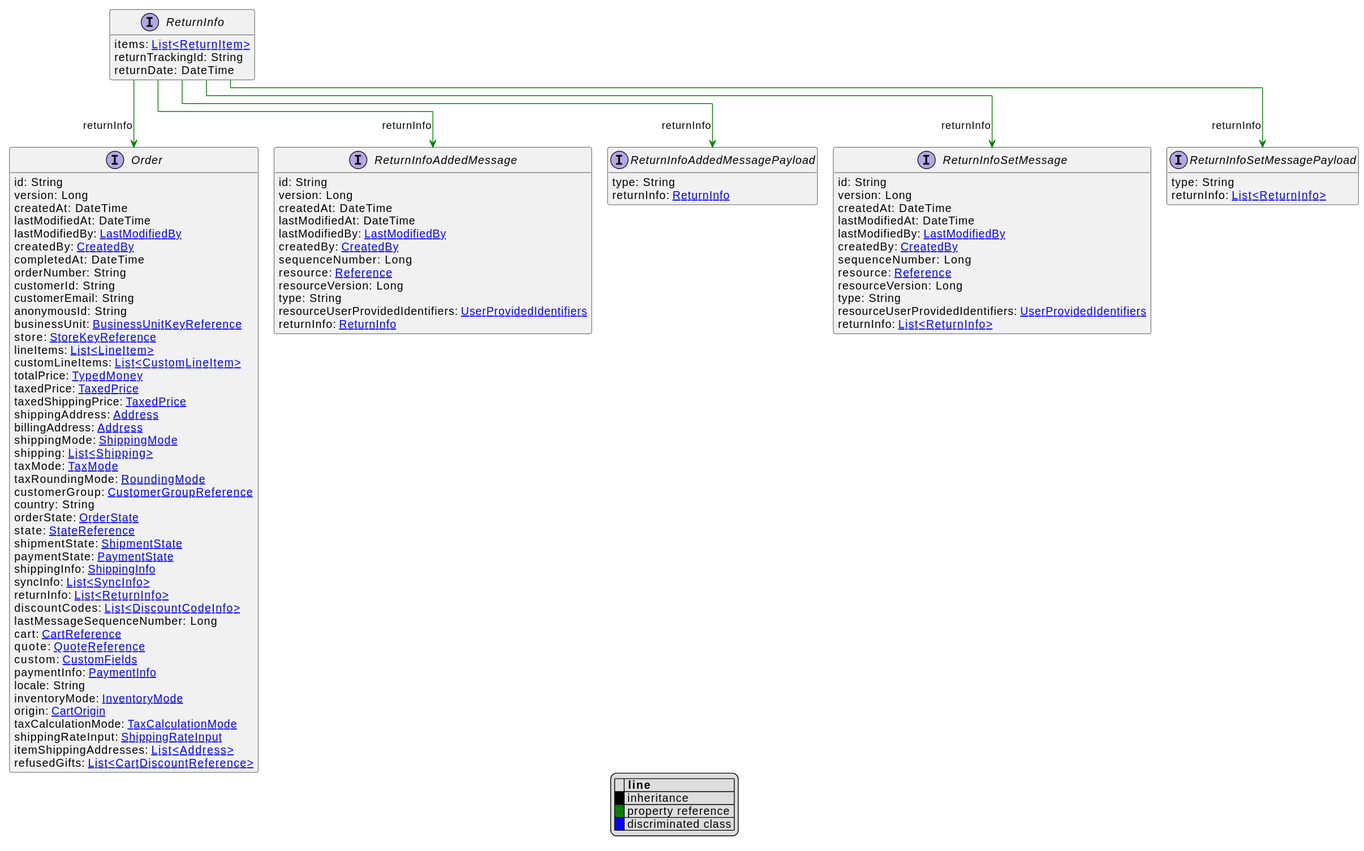
The PlantUML diagram uml/api/svg/ReturnInfo.svg in commercetools/commercetools-api-reference, before a commit. Its diagram source:
```plantuml
@startuml
!pragma layout elk
hide empty fields
hide empty methods
legend
|= |= line |
|<back:black>   </back>| inheritance |
|<back:green>   </back>| property reference |
|<back:blue>   </back>| discriminated class |
endlegend
interface ReturnInfo [[ReturnInfo.svg]]  {
    items: [[ReturnItem.svg List<ReturnItem>]]
    returnTrackingId: String
    returnDate: DateTime
}



interface ReturnInfoSetMessage [[ReturnInfoSetMessage.svg]]  {
    id: String
    version: Long
    createdAt: DateTime
    lastModifiedAt: DateTime
    lastModifiedBy: [[LastModifiedBy.svg LastModifiedBy]]
    createdBy: [[CreatedBy.svg CreatedBy]]
    sequenceNumber: Long
    resource: [[Reference.svg Reference]]
    resourceVersion: Long
    type: String
    resourceUserProvidedIdentifiers: [[UserProvidedIdentifiers.svg UserProvidedIdentifiers]]
    returnInfo: [[ReturnInfo.svg List<ReturnInfo>]]
}
interface ReturnInfoSetMessagePayload [[ReturnInfoSetMessagePayload.svg]]  {
    type: String
    returnInfo: [[ReturnInfo.svg List<ReturnInfo>]]
}
interface Order [[Order.svg]]  {
    id: String
    version: Long
    createdAt: DateTime
    lastModifiedAt: DateTime
    lastModifiedBy: [[LastModifiedBy.svg LastModifiedBy]]
    createdBy: [[CreatedBy.svg CreatedBy]]
    completedAt: DateTime
    orderNumber: String
    customerId: String
    customerEmail: String
    anonymousId: String
    businessUnit: [[BusinessUnitKeyReference.svg BusinessUnitKeyReference]]
    store: [[StoreKeyReference.svg StoreKeyReference]]
    lineItems: [[LineItem.svg List<LineItem>]]
    customLineItems: [[CustomLineItem.svg List<CustomLineItem>]]
    totalPrice: [[TypedMoney.svg TypedMoney]]
    taxedPrice: [[TaxedPrice.svg TaxedPrice]]
    taxedShippingPrice: [[TaxedPrice.svg TaxedPrice]]
    shippingAddress: [[Address.svg Address]]
    billingAddress: [[Address.svg Address]]
    shippingMode: [[ShippingMode.svg ShippingMode]]
    shipping: [[Shipping.svg List<Shipping>]]
    taxMode: [[TaxMode.svg TaxMode]]
    taxRoundingMode: [[RoundingMode.svg RoundingMode]]
    customerGroup: [[CustomerGroupReference.svg CustomerGroupReference]]
    country: String
    orderState: [[OrderState.svg OrderState]]
    state: [[StateReference.svg StateReference]]
    shipmentState: [[ShipmentState.svg ShipmentState]]
    paymentState: [[PaymentState.svg PaymentState]]
    shippingInfo: [[ShippingInfo.svg ShippingInfo]]
    syncInfo: [[SyncInfo.svg List<SyncInfo>]]
    returnInfo: [[ReturnInfo.svg List<ReturnInfo>]]
    discountCodes: [[DiscountCodeInfo.svg List<DiscountCodeInfo>]]
    lastMessageSequenceNumber: Long
    cart: [[CartReference.svg CartReference]]
    quote: [[QuoteReference.svg QuoteReference]]
    custom: [[CustomFields.svg CustomFields]]
    paymentInfo: [[PaymentInfo.svg PaymentInfo]]
    locale: String
    inventoryMode: [[InventoryMode.svg InventoryMode]]
    origin: [[CartOrigin.svg CartOrigin]]
    taxCalculationMode: [[TaxCalculationMode.svg TaxCalculationMode]]
    shippingRateInput: [[ShippingRateInput.svg ShippingRateInput]]
    itemShippingAddresses: [[Address.svg List<Address>]]
    refusedGifts: [[CartDiscountReference.svg List<CartDiscountReference>]]
}
interface ReturnInfoAddedMessage [[ReturnInfoAddedMessage.svg]]  {
    id: String
    version: Long
    createdAt: DateTime
    lastModifiedAt: DateTime
    lastModifiedBy: [[LastModifiedBy.svg LastModifiedBy]]
    createdBy: [[CreatedBy.svg CreatedBy]]
    sequenceNumber: Long
    resource: [[Reference.svg Reference]]
    resourceVersion: Long
    type: String
    resourceUserProvidedIdentifiers: [[UserProvidedIdentifiers.svg UserProvidedIdentifiers]]
    returnInfo: [[ReturnInfo.svg ReturnInfo]]
}
interface ReturnInfoAddedMessagePayload [[ReturnInfoAddedMessagePayload.svg]]  {
    type: String
    returnInfo: [[ReturnInfo.svg ReturnInfo]]
}

ReturnInfo --> ReturnInfoSetMessage #green;text:green : "returnInfo"
ReturnInfo --> ReturnInfoSetMessagePayload #green;text:green : "returnInfo"
ReturnInfo --> Order #green;text:green : "returnInfo"
ReturnInfo --> ReturnInfoAddedMessage #green;text:green : "returnInfo"
ReturnInfo --> ReturnInfoAddedMessagePayload #green;text:green : "returnInfo"
@enduml
```
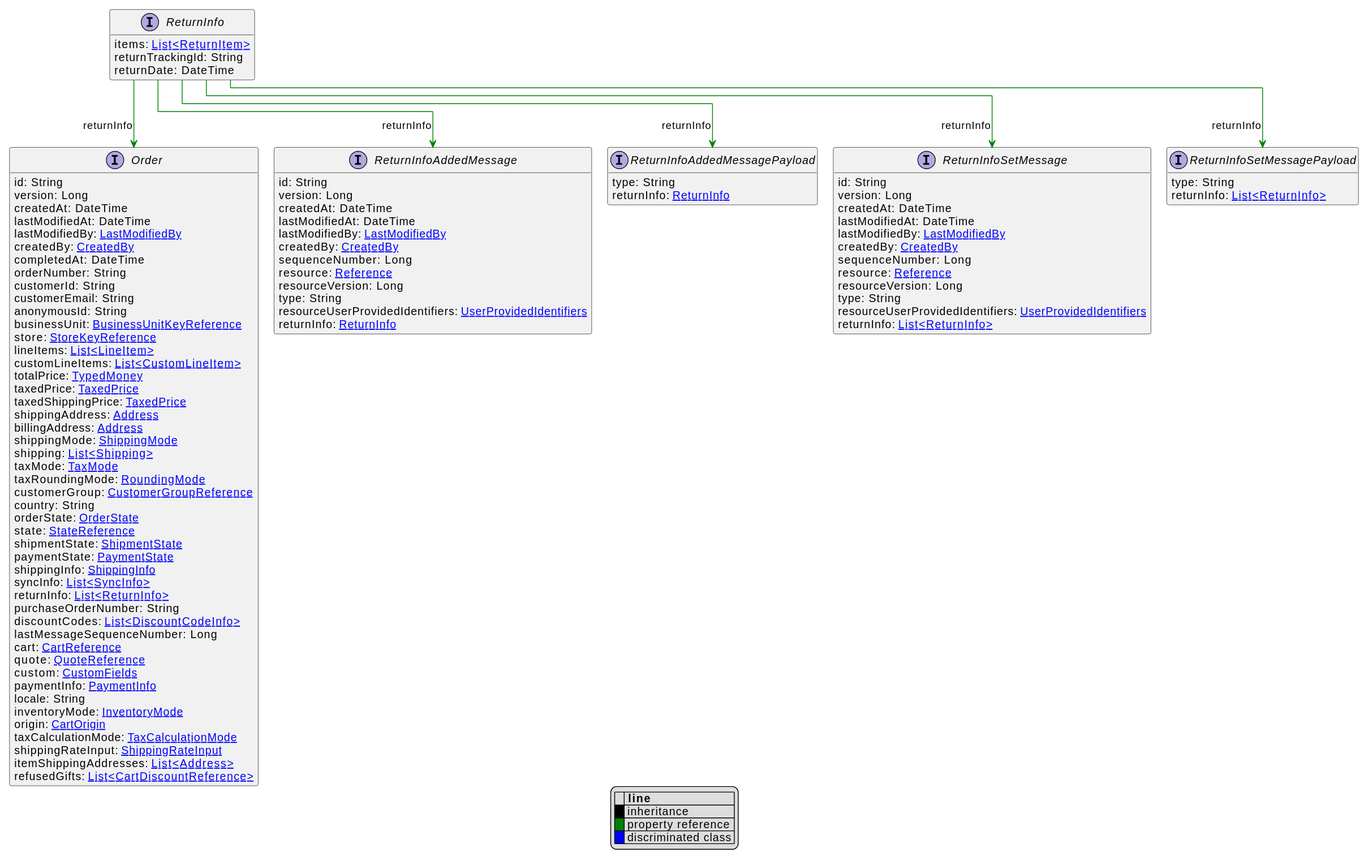
The same file after the commit.

Diff of the diagram source:
```diff
@@ -68,6 +68,7 @@
     shippingInfo: [[ShippingInfo.svg ShippingInfo]]
     syncInfo: [[SyncInfo.svg List<SyncInfo>]]
     returnInfo: [[ReturnInfo.svg List<ReturnInfo>]]
+    purchaseOrderNumber: String
     discountCodes: [[DiscountCodeInfo.svg List<DiscountCodeInfo>]]
     lastMessageSequenceNumber: Long
     cart: [[CartReference.svg CartReference]]
```
